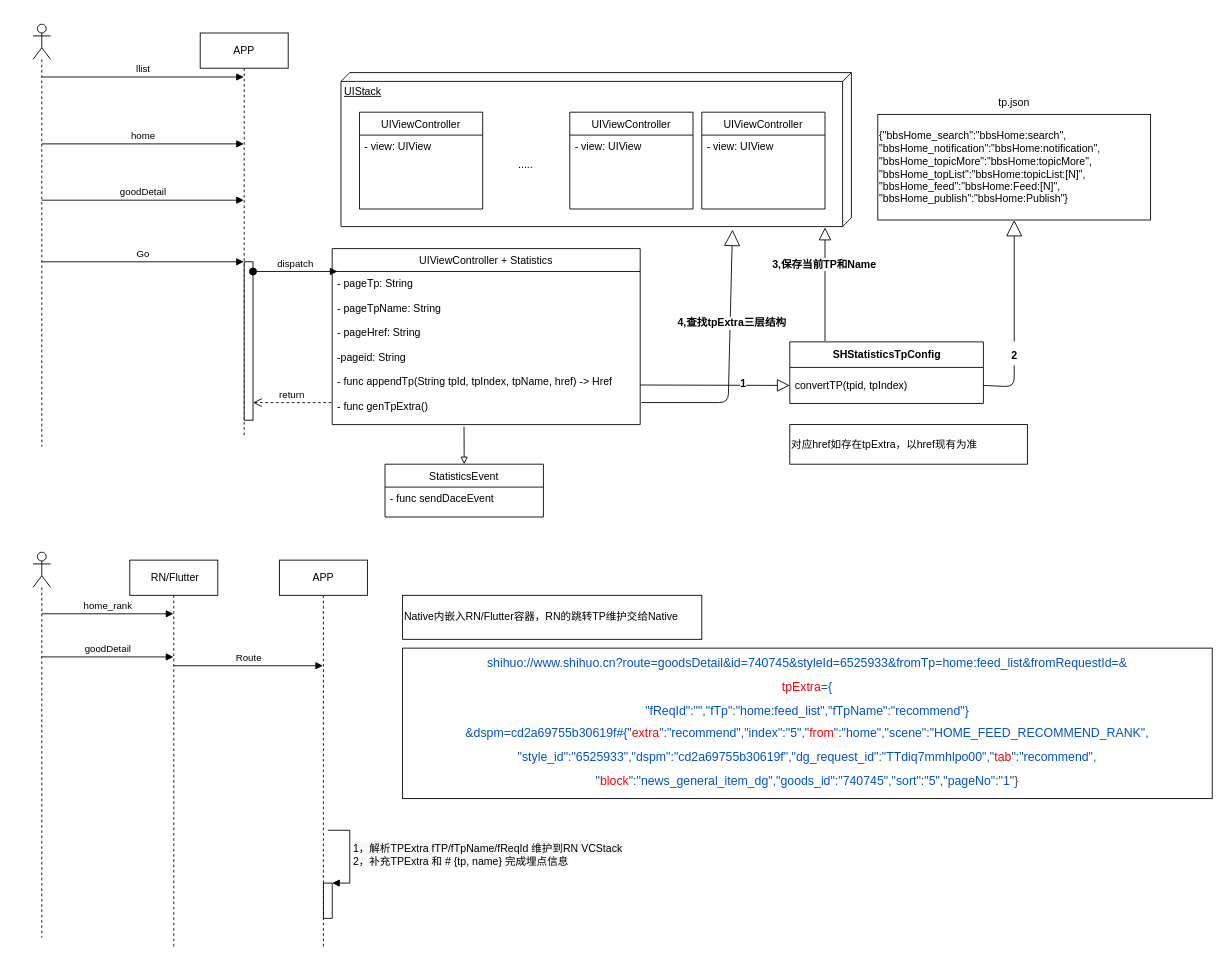
Above: iOS埋点设计.drawio in aiquantong/Hero (draw.io), before the change. Source tidied: cells renumbered, new cells numbered last; positions are measured from the earlier drawing's top-left corner, leaving out a move shared by most shapes. Both pictures are drawn from the tidied source at 88%, with x=0, y=0 at pixel (33, 24).
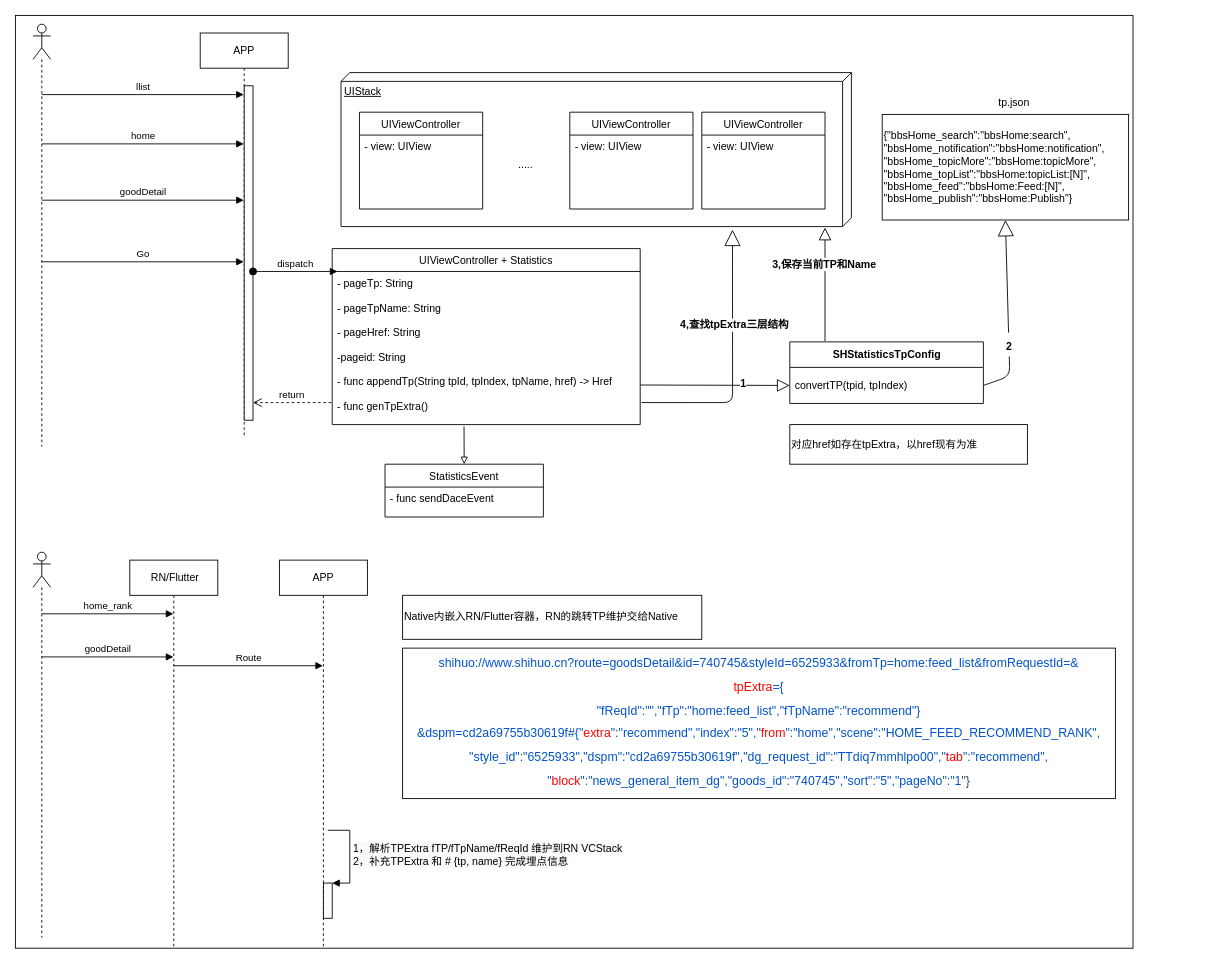
After the change.

The change refers to these unchanged cells:
```xml
<mxCell id="2" value="UIStack" style="verticalAlign=top;align=left;spacingTop=8;spacingLeft=2;spacingRight=12;shape=cube;size=10;direction=south;fontStyle=4;html=1;" parent="1" vertex="1">
  <mxGeometry x="350" y="55" width="580" height="175" as="geometry" />
</mxCell>
<mxCell id="6" value="- pageTp: String&#10;&#10;- pageTpName: String&#10;&#10;- pageHref: String&#10;&#10;-pageid: String&#10;&#10;- func appendTp(String tpId, tpIndex, tpName, href) -&gt; Href&#10;&#10;- func genTpExtra()&#10;" style="text;strokeColor=none;fillColor=none;align=left;verticalAlign=top;spacingLeft=4;spacingRight=4;overflow=hidden;points=[[0,0.5],[1,0.5]];portConstraint=eastwest;" parent="5" vertex="1">
  <mxGeometry y="26" width="350" height="174" as="geometry" />
</mxCell>
<mxCell id="14" value="APP" style="shape=umlLifeline;perimeter=lifelinePerimeter;whiteSpace=wrap;html=1;outlineConnect=0;" parent="1" vertex="1">
  <mxGeometry x="190" y="10" width="100" height="460" as="geometry" />
</mxCell>
<mxCell id="39" value="convertTP(tpid, tpIndex)" style="text;html=1;strokeColor=none;fillColor=none;align=left;verticalAlign=middle;spacingLeft=4;spacingRight=4;overflow=hidden;points=[[0,0.5],[1,0.5]];portConstraint=eastwest;" parent="38" vertex="1">
  <mxGeometry y="29" width="220" height="41" as="geometry" />
</mxCell>
```

What changed in the source:
```diff
@@
+    <mxCell id="45" style="rounded=0;whiteSpace=wrap;html=1;" parent="1" vertex="1">
+      <mxGeometry x="-20" y="-10" width="1270" height="1060" as="geometry" />
+    </mxCell>
@@
     <mxCell id="15" style="html=1;perimeter=orthogonalPerimeter;" parent="14" vertex="1">
-      <mxGeometry x="50" y="260" width="10" height="180" as="geometry" />
+      <mxGeometry x="50" y="60" width="10" height="380" as="geometry" />
     </mxCell>
@@
     <mxCell id="17" value="llist" style="html=1;verticalAlign=bottom;endArrow=block;" parent="1" edge="1">
       <mxGeometry relative="1" as="geometry">
-        <mxPoint x="10" y="60" as="sourcePoint" />
-        <mxPoint x="239.5" y="60" as="targetPoint" />
+        <mxPoint x="10" y="80" as="sourcePoint" />
+        <mxPoint x="239.5" y="80" as="targetPoint" />
       </mxGeometry>
     </mxCell>
@@
     <mxCell id="23" value="&lt;font face=&quot;helvetica, lucida grande, lucida, verdana, sans-serif&quot;&gt;&lt;span style=&quot;font-size: 12px&quot;&gt;&lt;b&gt;4,查找tpExtra三层结构&lt;/b&gt;&lt;/span&gt;&lt;/font&gt;" style="endArrow=block;endSize=16;endFill=0;html=1;exitX=1.004;exitY=0.856;exitDx=0;exitDy=0;exitPerimeter=0;entryX=1.02;entryY=0.233;entryDx=0;entryDy=0;entryPerimeter=0;" parent="1" edge="1" source="6" target="2">
       <mxGeometry x="0.28" y="-2" relative="1" as="geometry">
         <Array as="points">
-          <mxPoint x="790" y="430" />
+          <mxPoint x="795" y="430" />
         </Array>
       </mxGeometry>
     </mxCell>
@@
     <mxCell id="26" value="{&quot;bbsHome_search&quot;:&quot;bbsHome:search&quot;,&lt;br&gt;&quot;bbsHome_notification&quot;:&quot;bbsHome:notification&quot;,&lt;br&gt;&quot;bbsHome_topicMore&quot;:&quot;bbsHome:topicMore&quot;,&lt;br&gt;&quot;bbsHome_topList&quot;:&quot;bbsHome:topicList:[N]&quot;,&lt;br&gt;&quot;bbsHome_feed&quot;:&quot;bbsHome:Feed:[N]&quot;,&lt;br&gt;&quot;bbsHome_publish&quot;:&quot;bbsHome:Publish&quot;}" style="rounded=0;whiteSpace=wrap;html=1;align=left;" parent="1" vertex="1">
-      <mxGeometry x="960" y="102.5" width="310" height="120" as="geometry" />
+      <mxGeometry x="965" y="102.5" width="280" height="120" as="geometry" />
     </mxCell>
     <mxCell id="27" value="&lt;h1 id=&quot;titleHeading&quot; style=&quot;margin: 0px ; background-position: 0px 0px&quot;&gt;&lt;font face=&quot;helvetica, lucida grande, lucida, verdana, sans-serif&quot; style=&quot;font-size: 12px&quot;&gt;2&lt;/font&gt;&lt;/h1&gt;" style="endArrow=block;endSize=16;endFill=0;html=1;entryX=0.5;entryY=1;entryDx=0;entryDy=0;exitX=1;exitY=0.5;exitDx=0;exitDy=0;" parent="1" edge="1" source="39" target="26">
       <mxGeometry x="-0.35" relative="1" as="geometry">
         <Array as="points">
-          <mxPoint x="1115" y="412" />
+          <mxPoint x="1110" y="400" />
         </Array>
       </mxGeometry>
     </mxCell>
@@
     <mxCell id="37" value="&lt;p style=&quot;margin: 10px 0px 0px ; padding: 0px ; color: rgb(23 , 43 , 77) ; font-family: , , &amp;#34;segoe ui&amp;#34; , &amp;#34;roboto&amp;#34; , &amp;#34;oxygen&amp;#34; , &amp;#34;ubuntu&amp;#34; , &amp;#34;fira sans&amp;#34; , &amp;#34;droid sans&amp;#34; , &amp;#34;helvetica neue&amp;#34; , sans-serif ; font-size: 14px ; background-color: rgb(255 , 255 , 255)&quot;&gt;&lt;span style=&quot;color: rgb(59 , 67 , 81)&quot;&gt;&lt;a style=&quot;color: rgb(0 , 82 , 204)&quot;&gt;shihuo://www.shihuo.cn?route=goodsDetail&amp;amp;id=740745&amp;amp;styleId=6525933&amp;amp;fromTp=home:feed_list&amp;amp;fromRequestId=&amp;amp;&lt;/a&gt;&lt;/span&gt;&lt;/p&gt;&lt;p style=&quot;margin: 10px 0px 0px ; padding: 0px ; color: rgb(23 , 43 , 77) ; font-family: , , &amp;#34;segoe ui&amp;#34; , &amp;#34;roboto&amp;#34; , &amp;#34;oxygen&amp;#34; , &amp;#34;ubuntu&amp;#34; , &amp;#34;fira sans&amp;#34; , &amp;#34;droid sans&amp;#34; , &amp;#34;helvetica neue&amp;#34; , sans-serif ; font-size: 14px ; background-color: rgb(255 , 255 , 255)&quot;&gt;&lt;span style=&quot;color: rgb(59 , 67 , 81)&quot;&gt;&lt;a style=&quot;color: rgb(0 , 82 , 204)&quot;&gt;&lt;span style=&quot;color: rgb(255 , 0 , 0)&quot;&gt;tpExtra&lt;/span&gt;={&lt;/a&gt;&lt;/span&gt;&lt;/p&gt;&lt;p style=&quot;margin: 10px 0px 0px ; padding: 0px ; color: rgb(23 , 43 , 77) ; font-family: , , &amp;#34;segoe ui&amp;#34; , &amp;#34;roboto&amp;#34; , &amp;#34;oxygen&amp;#34; , &amp;#34;ubuntu&amp;#34; , &amp;#34;fira sans&amp;#34; , &amp;#34;droid sans&amp;#34; , &amp;#34;helvetica neue&amp;#34; , sans-serif ; font-size: 14px ; background-color: rgb(255 , 255 , 255)&quot;&gt;&lt;span style=&quot;color: rgb(59 , 67 , 81)&quot;&gt;&lt;a style=&quot;color: rgb(0 , 82 , 204)&quot;&gt;&quot;fReqId&quot;:&quot;&quot;,&quot;fTp&quot;:&quot;home:feed_list&quot;,&quot;fTpName&quot;:&quot;recommend&quot;}&lt;/a&gt;&lt;/span&gt;&lt;/p&gt;&lt;p style=&quot;margin: 10px 0px 0px ; padding: 0px ; color: rgb(23 , 43 , 77) ; font-family: , , &amp;#34;segoe ui&amp;#34; , &amp;#34;roboto&amp;#34; , &amp;#34;oxygen&amp;#34; , &amp;#34;ubuntu&amp;#34; , &amp;#34;fira sans&amp;#34; , &amp;#34;droid sans&amp;#34; , &amp;#34;helvetica neue&amp;#34; , sans-serif ; font-size: 14px ; background-color: rgb(255 , 255 , 255)&quot;&gt;&lt;span style=&quot;color: rgb(59 , 67 , 81)&quot;&gt;&lt;a style=&quot;color: rgb(0 , 82 , 204)&quot;&gt;&amp;amp;dspm=cd2a69755b30619f#&lt;/a&gt;&lt;/span&gt;&lt;a style=&quot;color: rgb(0 , 82 , 204)&quot;&gt;{&quot;&lt;span style=&quot;color: rgb(255 , 0 , 0)&quot;&gt;extra&lt;/span&gt;&quot;:&quot;recommend&quot;,&quot;index&quot;:&quot;5&quot;,&quot;&lt;span style=&quot;color: rgb(255 , 0 , 0)&quot;&gt;from&lt;/span&gt;&quot;:&quot;home&quot;,&quot;scene&quot;:&quot;HOME_FEED_RECOMMEND_RANK&quot;,&lt;/a&gt;&lt;/p&gt;&lt;p style=&quot;margin: 10px 0px 0px ; padding: 0px ; color: rgb(23 , 43 , 77) ; font-family: , , &amp;#34;segoe ui&amp;#34; , &amp;#34;roboto&amp;#34; , &amp;#34;oxygen&amp;#34; , &amp;#34;ubuntu&amp;#34; , &amp;#34;fira sans&amp;#34; , &amp;#34;droid sans&amp;#34; , &amp;#34;helvetica neue&amp;#34; , sans-serif ; font-size: 14px ; background-color: rgb(255 , 255 , 255)&quot;&gt;&lt;a style=&quot;color: rgb(0 , 82 , 204)&quot;&gt;&quot;style_id&quot;:&quot;6525933&quot;,&quot;dspm&quot;:&quot;cd2a69755b30619f&quot;,&quot;dg_request_id&quot;:&quot;TTdiq7mmhlpo00&quot;,&quot;&lt;span style=&quot;color: rgb(255 , 0 , 0)&quot;&gt;tab&lt;/span&gt;&quot;:&quot;recommend&quot;,&lt;/a&gt;&lt;/p&gt;&lt;p style=&quot;margin: 10px 0px 0px ; padding: 0px ; color: rgb(23 , 43 , 77) ; font-family: , , &amp;#34;segoe ui&amp;#34; , &amp;#34;roboto&amp;#34; , &amp;#34;oxygen&amp;#34; , &amp;#34;ubuntu&amp;#34; , &amp;#34;fira sans&amp;#34; , &amp;#34;droid sans&amp;#34; , &amp;#34;helvetica neue&amp;#34; , sans-serif ; font-size: 14px ; background-color: rgb(255 , 255 , 255)&quot;&gt;&lt;a style=&quot;color: rgb(0 , 82 , 204)&quot;&gt;&quot;&lt;span style=&quot;color: rgb(255 , 0 , 0)&quot;&gt;block&lt;/span&gt;&quot;:&quot;news_general_item_dg&quot;,&quot;goods_id&quot;:&quot;740745&quot;,&quot;sort&quot;:&quot;5&quot;,&quot;pageNo&quot;:&quot;1&lt;/a&gt;&lt;span style=&quot;color: rgb(59 , 67 , 81)&quot;&gt;&quot;}&lt;/span&gt;&lt;/p&gt;&lt;div&gt;&lt;span style=&quot;color: rgb(59 , 67 , 81)&quot;&gt;&lt;br&gt;&lt;/span&gt;&lt;/div&gt;" style="rounded=0;whiteSpace=wrap;html=1;" parent="1" vertex="1">
-      <mxGeometry x="420" y="709" width="920" height="171" as="geometry" />
+      <mxGeometry x="420" y="709" width="810" height="171" as="geometry" />
     </mxCell>
```
